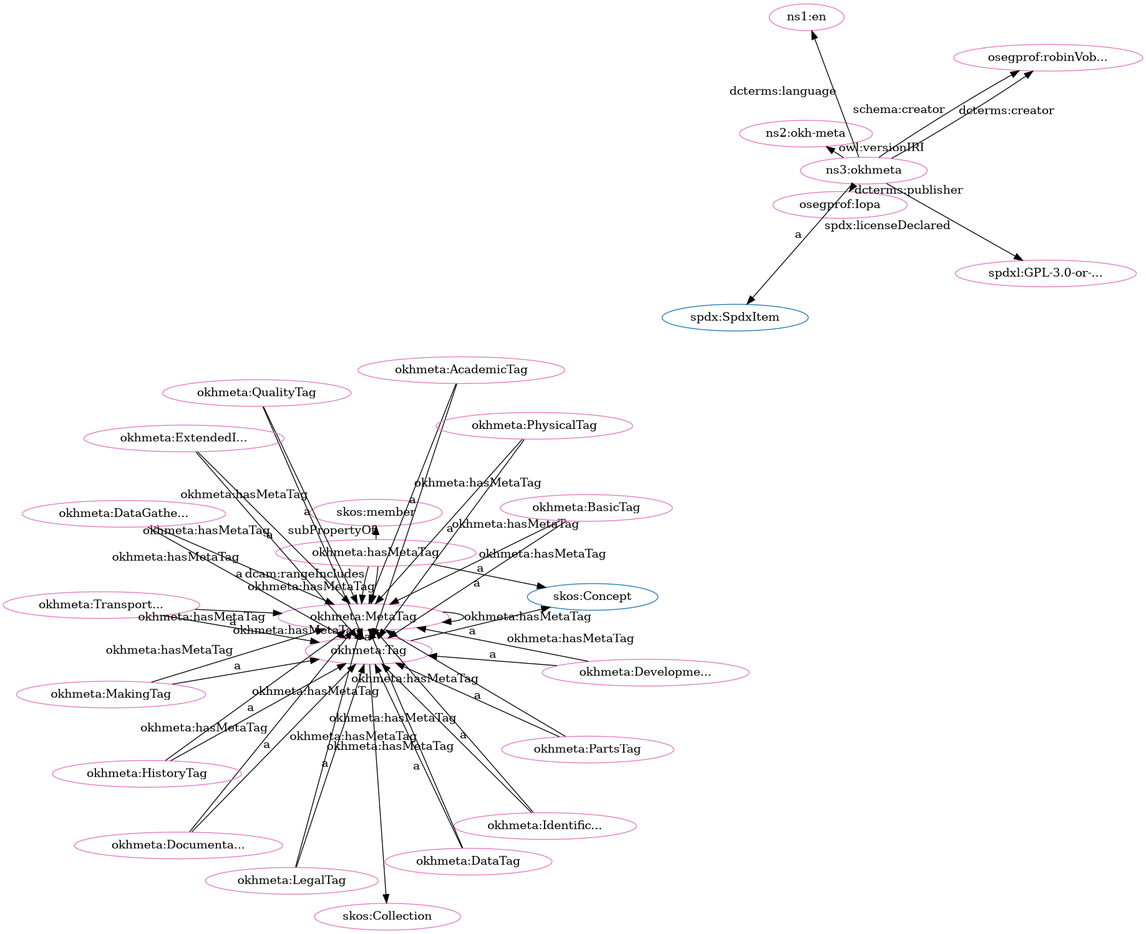
Before: src/spec/fdp_okh-meta-clean.png, a diagram exported from Graphviz (iop-alliance/OpenKnowHow). Its source is kept beside it as src/spec/fdp_okh-meta-clean.dot.
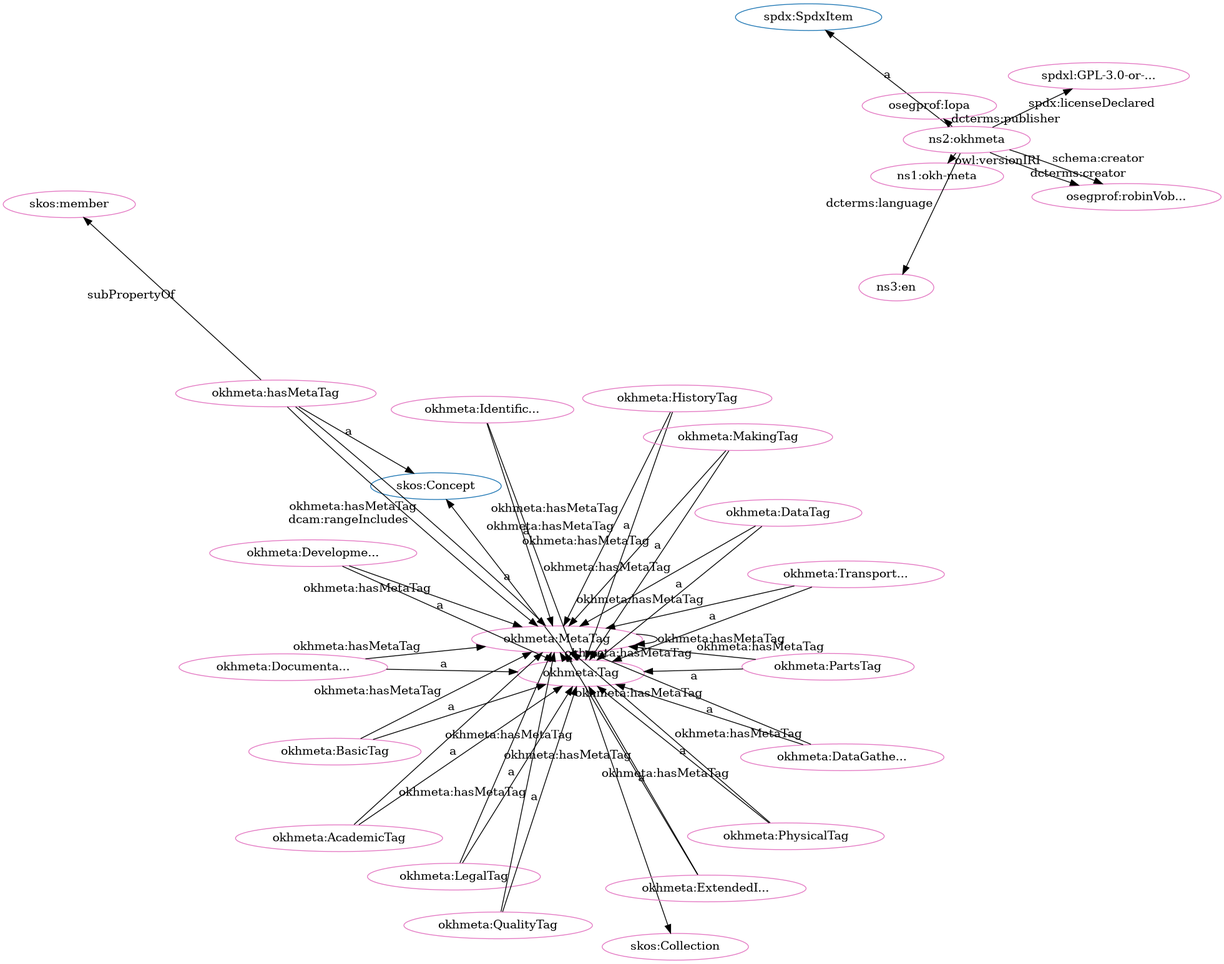
After the change.

The edit, as a diff of the source:
```diff
@@ -1,80 +1,80 @@
 digraph G {
   rankdir=BT
   node[height=.3]
+"http://spdx.org/rdf/terms#SpdxItem" [fillcolor="#1f77b4" color="#1f77b4" label="spdx:SpdxItem"]
+"http://www.w3.org/2004/02/skos/core#Collection" [fillcolor="#1f77b4" color="#1f77b4" label="skos:Collection"]
+"http://www.w3.org/2004/02/skos/core#Concept" [fillcolor="#1f77b4" color="#1f77b4" label="skos:Concept"]
 "http://w3id.org/oseg/ont/okhmeta#Tag" [fillcolor="#1f77b4" color="#1f77b4" label="okhmeta:Tag"]
-"http://www.w3.org/2004/02/skos/core#Concept" [fillcolor="#1f77b4" color="#1f77b4" label="skos:Concept"]
-"http://www.w3.org/2004/02/skos/core#Collection" [fillcolor="#1f77b4" color="#1f77b4" label="skos:Collection"]
-"http://spdx.org/rdf/terms#SpdxItem" [fillcolor="#1f77b4" color="#1f77b4" label="spdx:SpdxItem"]
 "http://w3id.org/oseg/ont/okhmeta#hasMetaTag" [fillcolor="#e377c2" color="#e377c2" label="okhmeta:hasMetaTag"]
+"http://spdx.org/licenses/GPL-3.0-or-later" [fillcolor="#e377c2" color="#e377c2" label="spdxl:GPL-3.0-or-..."]
 "http://w3id.org/oseg/ont/okhmeta#MetaTag" [fillcolor="#e377c2" color="#e377c2" label="okhmeta:MetaTag"]
-"http://spdx.org/licenses/GPL-3.0-or-later" [fillcolor="#e377c2" color="#e377c2" label="spdxl:GPL-3.0-or-..."]
+"http://w3id.org/oseg/ont/1.1.0/okh-meta" [fillcolor="#e377c2" color="#e377c2" label="ns1:okh-meta"]
+"http://w3id.org/oseg/ont/okhmeta#AcademicTag" [fillcolor="#e377c2" color="#e377c2" label="okhmeta:AcademicTag"]
+"http://w3id.org/oseg/ont/okhmeta" [fillcolor="#e377c2" color="#e377c2" label="ns2:okhmeta"]
+"http://w3id.org/oseg/ont/okhmeta#DevelopmentTag" [fillcolor="#e377c2" color="#e377c2" label="okhmeta:Developme..."]
+"http://w3id.org/oseg/ont/okhmeta#DataTag" [fillcolor="#e377c2" color="#e377c2" label="okhmeta:DataTag"]
+"http://w3id.org/oseg/ont/okhmeta#HistoryTag" [fillcolor="#e377c2" color="#e377c2" label="okhmeta:HistoryTag"]
+"http://w3id.org/oseg/ont/oseg-profiles#robinVobruba" [fillcolor="#e377c2" color="#e377c2" label="osegprof:robinVob..."]
+"http://w3id.org/oseg/ont/okhmeta#DocumentationTag" [fillcolor="#e377c2" color="#e377c2" label="okhmeta:Documenta..."]
+"http://w3id.org/oseg/ont/okhmeta#PhysicalTag" [fillcolor="#e377c2" color="#e377c2" label="okhmeta:PhysicalTag"]
+"http://w3id.org/oseg/ont/okhmeta#MakingTag" [fillcolor="#e377c2" color="#e377c2" label="okhmeta:MakingTag"]
+"http://w3id.org/oseg/ont/okhmeta#LegalTag" [fillcolor="#e377c2" color="#e377c2" label="okhmeta:LegalTag"]
+"http://www.w3.org/2004/02/skos/core#member" [fillcolor="#e377c2" color="#e377c2" label="skos:member"]
+"http://w3id.org/oseg/ont/okhmeta#TransportationTag" [fillcolor="#e377c2" color="#e377c2" label="okhmeta:Transport..."]
+"http://w3id.org/oseg/ont/okhmeta#Tag" [fillcolor="#e377c2" color="#e377c2" label="okhmeta:Tag"]
+"http://w3id.org/oseg/ont/okhmeta#ExtendedInfoTag" [fillcolor="#e377c2" color="#e377c2" label="okhmeta:ExtendedI..."]
+"http://w3id.org/oseg/ont/okhmeta#BasicTag" [fillcolor="#e377c2" color="#e377c2" label="okhmeta:BasicTag"]
 "http://w3id.org/oseg/ont/okhmeta#QualityTag" [fillcolor="#e377c2" color="#e377c2" label="okhmeta:QualityTag"]
-"http://w3id.org/oseg/ont/okhmeta#DocumentationTag" [fillcolor="#e377c2" color="#e377c2" label="okhmeta:Documenta..."]
-"http://w3id.org/oseg/ont/okhmeta#MakingTag" [fillcolor="#e377c2" color="#e377c2" label="okhmeta:MakingTag"]
-"http://w3id.org/oseg/ont/okhmeta#Tag" [fillcolor="#e377c2" color="#e377c2" label="okhmeta:Tag"]
-"http://w3id.org/oseg/ont/okhmeta#HistoryTag" [fillcolor="#e377c2" color="#e377c2" label="okhmeta:HistoryTag"]
 "http://w3id.org/oseg/ont/oseg-profiles#Iopa" [fillcolor="#e377c2" color="#e377c2" label="osegprof:Iopa"]
 "http://www.w3.org/2004/02/skos/core#Collection" [fillcolor="#e377c2" color="#e377c2" label="skos:Collection"]
-"http://w3id.org/oseg/ont/okhmeta#LegalTag" [fillcolor="#e377c2" color="#e377c2" label="okhmeta:LegalTag"]
-"http://w3id.org/oseg/ont/okhmeta#TransportationTag" [fillcolor="#e377c2" color="#e377c2" label="okhmeta:Transport..."]
-"http://www.w3.org/2004/02/skos/core#member" [fillcolor="#e377c2" color="#e377c2" label="skos:member"]
-"http://w3id.org/oseg/ont/okhmeta#AcademicTag" [fillcolor="#e377c2" color="#e377c2" label="okhmeta:AcademicTag"]
+"http://w3id.org/oseg/ont/okhmeta#IdentificationTag" [fillcolor="#e377c2" color="#e377c2" label="okhmeta:Identific..."]
+"http://id.loc.gov/vocabulary/iso639-1/en" [fillcolor="#e377c2" color="#e377c2" label="ns3:en"]
 "http://w3id.org/oseg/ont/okhmeta#PartsTag" [fillcolor="#e377c2" color="#e377c2" label="okhmeta:PartsTag"]
-"http://id.loc.gov/vocabulary/iso639-1/en" [fillcolor="#e377c2" color="#e377c2" label="ns1:en"]
-"http://w3id.org/oseg/ont/okhmeta#PhysicalTag" [fillcolor="#e377c2" color="#e377c2" label="okhmeta:PhysicalTag"]
-"http://w3id.org/oseg/ont/okhmeta#BasicTag" [fillcolor="#e377c2" color="#e377c2" label="okhmeta:BasicTag"]
-"http://w3id.org/oseg/ont/okhmeta#IdentificationTag" [fillcolor="#e377c2" color="#e377c2" label="okhmeta:Identific..."]
-"http://w3id.org/oseg/ont/oseg-profiles#robinVobruba" [fillcolor="#e377c2" color="#e377c2" label="osegprof:robinVob..."]
-"http://w3id.org/oseg/ont/okhmeta#ExtendedInfoTag" [fillcolor="#e377c2" color="#e377c2" label="okhmeta:ExtendedI..."]
-"http://w3id.org/oseg/ont/1.1.0/okh-meta" [fillcolor="#e377c2" color="#e377c2" label="ns2:okh-meta"]
 "http://w3id.org/oseg/ont/okhmeta#DataGatheringTag" [fillcolor="#e377c2" color="#e377c2" label="okhmeta:DataGathe..."]
-"http://w3id.org/oseg/ont/okhmeta#DevelopmentTag" [fillcolor="#e377c2" color="#e377c2" label="okhmeta:Developme..."]
-"http://w3id.org/oseg/ont/okhmeta" [fillcolor="#e377c2" color="#e377c2" label="ns3:okhmeta"]
-"http://w3id.org/oseg/ont/okhmeta#DataTag" [fillcolor="#e377c2" color="#e377c2" label="okhmeta:DataTag"]
-  "http://w3id.org/oseg/ont/okhmeta#TransportationTag" -> "http://w3id.org/oseg/ont/okhmeta#MetaTag" [label="okhmeta:hasMetaTag"]
-  "http://w3id.org/oseg/ont/okhmeta#PartsTag" -> "http://w3id.org/oseg/ont/okhmeta#MetaTag" [label="okhmeta:hasMetaTag"]
+  "http://w3id.org/oseg/ont/okhmeta#hasMetaTag" -> "http://www.w3.org/2004/02/skos/core#Concept" [label="a"]
+  "http://w3id.org/oseg/ont/okhmeta#MakingTag" -> "http://w3id.org/oseg/ont/okhmeta#MetaTag" [label="okhmeta:hasMetaTag"]
+  "http://w3id.org/oseg/ont/okhmeta" -> "http://w3id.org/oseg/ont/1.1.0/okh-meta" [label="owl:versionIRI"]
+  "http://w3id.org/oseg/ont/okhmeta#LegalTag" -> "http://w3id.org/oseg/ont/okhmeta#MetaTag" [label="okhmeta:hasMetaTag"]
+  "http://w3id.org/oseg/ont/okhmeta#DevelopmentTag" -> "http://w3id.org/oseg/ont/okhmeta#MetaTag" [label="okhmeta:hasMetaTag"]
+  "http://w3id.org/oseg/ont/okhmeta#IdentificationTag" -> "http://w3id.org/oseg/ont/okhmeta#MetaTag" [label="okhmeta:hasMetaTag"]
+  "http://w3id.org/oseg/ont/okhmeta#DataTag" -> "http://w3id.org/oseg/ont/okhmeta#Tag" [label="a"]
+  "http://w3id.org/oseg/ont/okhmeta#ExtendedInfoTag" -> "http://w3id.org/oseg/ont/okhmeta#MetaTag" [label="okhmeta:hasMetaTag"]
+  "http://w3id.org/oseg/ont/okhmeta#HistoryTag" -> "http://w3id.org/oseg/ont/okhmeta#Tag" [label="a"]
+  "http://w3id.org/oseg/ont/okhmeta" -> "http://w3id.org/oseg/ont/oseg-profiles#robinVobruba" [label="schema:creator"]
+  "http://w3id.org/oseg/ont/okhmeta#DocumentationTag" -> "http://w3id.org/oseg/ont/okhmeta#Tag" [label="a"]
+  "http://w3id.org/oseg/ont/okhmeta#PhysicalTag" -> "http://w3id.org/oseg/ont/okhmeta#Tag" [label="a"]
+  "http://w3id.org/oseg/ont/okhmeta#LegalTag" -> "http://w3id.org/oseg/ont/okhmeta#Tag" [label="a"]
+  "http://w3id.org/oseg/ont/okhmeta#hasMetaTag" -> "http://www.w3.org/2004/02/skos/core#member" [label="subPropertyOf"]
+  "http://w3id.org/oseg/ont/okhmeta#Tag" -> "http://www.w3.org/2004/02/skos/core#Concept" [label="a"]
+  "http://w3id.org/oseg/ont/okhmeta#ExtendedInfoTag" -> "http://w3id.org/oseg/ont/okhmeta#Tag" [label="a"]
+  "http://w3id.org/oseg/ont/okhmeta#BasicTag" -> "http://w3id.org/oseg/ont/okhmeta#Tag" [label="a"]
+  "http://w3id.org/oseg/ont/okhmeta#QualityTag" -> "http://w3id.org/oseg/ont/okhmeta#Tag" [label="a"]
+  "http://w3id.org/oseg/ont/okhmeta#MetaTag" -> "http://w3id.org/oseg/ont/okhmeta#MetaTag" [label="okhmeta:hasMetaTag"]
   "http://w3id.org/oseg/ont/okhmeta" -> "http://w3id.org/oseg/ont/oseg-profiles#Iopa" [label="dcterms:publisher"]
   "http://w3id.org/oseg/ont/okhmeta#Tag" -> "http://www.w3.org/2004/02/skos/core#Collection" [label=""]
+  "http://w3id.org/oseg/ont/okhmeta#DataTag" -> "http://w3id.org/oseg/ont/okhmeta#MetaTag" [label="okhmeta:hasMetaTag"]
+  "http://w3id.org/oseg/ont/okhmeta" -> "http://w3id.org/oseg/ont/oseg-profiles#robinVobruba" [label="dcterms:creator"]
+  "http://w3id.org/oseg/ont/okhmeta#DataGatheringTag" -> "http://w3id.org/oseg/ont/okhmeta#Tag" [label="a"]
+  "http://w3id.org/oseg/ont/okhmeta#DocumentationTag" -> "http://w3id.org/oseg/ont/okhmeta#MetaTag" [label="okhmeta:hasMetaTag"]
+  "http://w3id.org/oseg/ont/okhmeta" -> "http://spdx.org/licenses/GPL-3.0-or-later" [label="spdx:licenseDeclared"]
+  "http://w3id.org/oseg/ont/okhmeta#hasMetaTag" -> "http://w3id.org/oseg/ont/okhmeta#MetaTag" [label="okhmeta:hasMetaTag"]
+  "http://w3id.org/oseg/ont/okhmeta#AcademicTag" -> "http://w3id.org/oseg/ont/okhmeta#Tag" [label="a"]
+  "http://w3id.org/oseg/ont/okhmeta#hasMetaTag" -> "http://w3id.org/oseg/ont/okhmeta#MetaTag" [label="dcam:rangeIncludes"]
+  "http://w3id.org/oseg/ont/okhmeta#TransportationTag" -> "http://w3id.org/oseg/ont/okhmeta#MetaTag" [label="okhmeta:hasMetaTag"]
+  "http://w3id.org/oseg/ont/okhmeta#MetaTag" -> "http://w3id.org/oseg/ont/okhmeta#Tag" [label="a"]
+  "http://w3id.org/oseg/ont/okhmeta#DevelopmentTag" -> "http://w3id.org/oseg/ont/okhmeta#Tag" [label="a"]
+  "http://w3id.org/oseg/ont/okhmeta#HistoryTag" -> "http://w3id.org/oseg/ont/okhmeta#MetaTag" [label="okhmeta:hasMetaTag"]
+  "http://w3id.org/oseg/ont/okhmeta#PartsTag" -> "http://w3id.org/oseg/ont/okhmeta#MetaTag" [label="okhmeta:hasMetaTag"]
+  "http://w3id.org/oseg/ont/okhmeta#PhysicalTag" -> "http://w3id.org/oseg/ont/okhmeta#MetaTag" [label="okhmeta:hasMetaTag"]
+  "http://w3id.org/oseg/ont/okhmeta#DataGatheringTag" -> "http://w3id.org/oseg/ont/okhmeta#MetaTag" [label="okhmeta:hasMetaTag"]
+  "http://w3id.org/oseg/ont/okhmeta#MakingTag" -> "http://w3id.org/oseg/ont/okhmeta#Tag" [label="a"]
+  "http://w3id.org/oseg/ont/okhmeta" -> "http://spdx.org/rdf/terms#SpdxItem" [label="a"]
   "http://w3id.org/oseg/ont/okhmeta#TransportationTag" -> "http://w3id.org/oseg/ont/okhmeta#Tag" [label="a"]
-  "http://w3id.org/oseg/ont/okhmeta#hasMetaTag" -> "http://www.w3.org/2004/02/skos/core#member" [label="subPropertyOf"]
+  "http://w3id.org/oseg/ont/okhmeta#AcademicTag" -> "http://w3id.org/oseg/ont/okhmeta#MetaTag" [label="okhmeta:hasMetaTag"]
+  "http://w3id.org/oseg/ont/okhmeta#Tag" -> "http://w3id.org/oseg/ont/okhmeta#MetaTag" [label="okhmeta:hasMetaTag"]
+  "http://w3id.org/oseg/ont/okhmeta#IdentificationTag" -> "http://w3id.org/oseg/ont/okhmeta#Tag" [label="a"]
+  "http://w3id.org/oseg/ont/okhmeta" -> "http://id.loc.gov/vocabulary/iso639-1/en" [label="dcterms:language"]
+  "http://w3id.org/oseg/ont/okhmeta#BasicTag" -> "http://w3id.org/oseg/ont/okhmeta#MetaTag" [label="okhmeta:hasMetaTag"]
+  "http://w3id.org/oseg/ont/okhmeta#QualityTag" -> "http://w3id.org/oseg/ont/okhmeta#MetaTag" [label="okhmeta:hasMetaTag"]
   "http://w3id.org/oseg/ont/okhmeta#PartsTag" -> "http://w3id.org/oseg/ont/okhmeta#Tag" [label="a"]
-  "http://w3id.org/oseg/ont/okhmeta" -> "http://id.loc.gov/vocabulary/iso639-1/en" [label="dcterms:language"]
-  "http://w3id.org/oseg/ont/okhmeta#BasicTag" -> "http://w3id.org/oseg/ont/okhmeta#Tag" [label="a"]
-  "http://w3id.org/oseg/ont/okhmeta#MetaTag" -> "http://w3id.org/oseg/ont/okhmeta#MetaTag" [label="okhmeta:hasMetaTag"]
-  "http://w3id.org/oseg/ont/okhmeta" -> "http://w3id.org/oseg/ont/oseg-profiles#robinVobruba" [label="schema:creator"]
-  "http://w3id.org/oseg/ont/okhmeta#ExtendedInfoTag" -> "http://w3id.org/oseg/ont/okhmeta#Tag" [label="a"]
-  "http://w3id.org/oseg/ont/okhmeta#DataGatheringTag" -> "http://w3id.org/oseg/ont/okhmeta#Tag" [label="a"]
-  "http://w3id.org/oseg/ont/okhmeta#MakingTag" -> "http://w3id.org/oseg/ont/okhmeta#MetaTag" [label="okhmeta:hasMetaTag"]
-  "http://w3id.org/oseg/ont/okhmeta" -> "http://spdx.org/rdf/terms#SpdxItem" [label="a"]
-  "http://w3id.org/oseg/ont/okhmeta" -> "http://w3id.org/oseg/ont/oseg-profiles#robinVobruba" [label="dcterms:creator"]
-  "http://w3id.org/oseg/ont/okhmeta#ExtendedInfoTag" -> "http://w3id.org/oseg/ont/okhmeta#MetaTag" [label="okhmeta:hasMetaTag"]
-  "http://w3id.org/oseg/ont/okhmeta#HistoryTag" -> "http://w3id.org/oseg/ont/okhmeta#MetaTag" [label="okhmeta:hasMetaTag"]
-  "http://w3id.org/oseg/ont/okhmeta" -> "http://spdx.org/licenses/GPL-3.0-or-later" [label="spdx:licenseDeclared"]
-  "http://w3id.org/oseg/ont/okhmeta#LegalTag" -> "http://w3id.org/oseg/ont/okhmeta#MetaTag" [label="okhmeta:hasMetaTag"]
-  "http://w3id.org/oseg/ont/okhmeta#QualityTag" -> "http://w3id.org/oseg/ont/okhmeta#Tag" [label="a"]
-  "http://w3id.org/oseg/ont/okhmeta#Tag" -> "http://w3id.org/oseg/ont/okhmeta#MetaTag" [label="okhmeta:hasMetaTag"]
-  "http://w3id.org/oseg/ont/okhmeta#MetaTag" -> "http://w3id.org/oseg/ont/okhmeta#Tag" [label="a"]
-  "http://w3id.org/oseg/ont/okhmeta#hasMetaTag" -> "http://w3id.org/oseg/ont/okhmeta#MetaTag" [label="okhmeta:hasMetaTag"]
-  "http://w3id.org/oseg/ont/okhmeta#DocumentationTag" -> "http://w3id.org/oseg/ont/okhmeta#Tag" [label="a"]
-  "http://w3id.org/oseg/ont/okhmeta#MakingTag" -> "http://w3id.org/oseg/ont/okhmeta#Tag" [label="a"]
-  "http://w3id.org/oseg/ont/okhmeta#AcademicTag" -> "http://w3id.org/oseg/ont/okhmeta#MetaTag" [label="okhmeta:hasMetaTag"]
-  "http://w3id.org/oseg/ont/okhmeta#Tag" -> "http://www.w3.org/2004/02/skos/core#Concept" [label="a"]
-  "http://w3id.org/oseg/ont/okhmeta#DocumentationTag" -> "http://w3id.org/oseg/ont/okhmeta#MetaTag" [label="okhmeta:hasMetaTag"]
-  "http://w3id.org/oseg/ont/okhmeta#PhysicalTag" -> "http://w3id.org/oseg/ont/okhmeta#MetaTag" [label="okhmeta:hasMetaTag"]
-  "http://w3id.org/oseg/ont/okhmeta#hasMetaTag" -> "http://w3id.org/oseg/ont/okhmeta#MetaTag" [label="dcam:rangeIncludes"]
-  "http://w3id.org/oseg/ont/okhmeta#IdentificationTag" -> "http://w3id.org/oseg/ont/okhmeta#MetaTag" [label="okhmeta:hasMetaTag"]
-  "http://w3id.org/oseg/ont/okhmeta#HistoryTag" -> "http://w3id.org/oseg/ont/okhmeta#Tag" [label="a"]
-  "http://w3id.org/oseg/ont/okhmeta#LegalTag" -> "http://w3id.org/oseg/ont/okhmeta#Tag" [label="a"]
-  "http://w3id.org/oseg/ont/okhmeta#AcademicTag" -> "http://w3id.org/oseg/ont/okhmeta#Tag" [label="a"]
-  "http://w3id.org/oseg/ont/okhmeta#DevelopmentTag" -> "http://w3id.org/oseg/ont/okhmeta#MetaTag" [label="okhmeta:hasMetaTag"]
-  "http://w3id.org/oseg/ont/okhmeta#DataTag" -> "http://w3id.org/oseg/ont/okhmeta#MetaTag" [label="okhmeta:hasMetaTag"]
-  "http://w3id.org/oseg/ont/okhmeta#PhysicalTag" -> "http://w3id.org/oseg/ont/okhmeta#Tag" [label="a"]
-  "http://w3id.org/oseg/ont/okhmeta#IdentificationTag" -> "http://w3id.org/oseg/ont/okhmeta#Tag" [label="a"]
-  "http://w3id.org/oseg/ont/okhmeta#QualityTag" -> "http://w3id.org/oseg/ont/okhmeta#MetaTag" [label="okhmeta:hasMetaTag"]
-  "http://w3id.org/oseg/ont/okhmeta#hasMetaTag" -> "http://www.w3.org/2004/02/skos/core#Concept" [label="a"]
-  "http://w3id.org/oseg/ont/okhmeta" -> "http://w3id.org/oseg/ont/1.1.0/okh-meta" [label="owl:versionIRI"]
-  "http://w3id.org/oseg/ont/okhmeta#BasicTag" -> "http://w3id.org/oseg/ont/okhmeta#MetaTag" [label="okhmeta:hasMetaTag"]
-  "http://w3id.org/oseg/ont/okhmeta#DevelopmentTag" -> "http://w3id.org/oseg/ont/okhmeta#Tag" [label="a"]
-  "http://w3id.org/oseg/ont/okhmeta#DataTag" -> "http://w3id.org/oseg/ont/okhmeta#Tag" [label="a"]
-  "http://w3id.org/oseg/ont/okhmeta#DataGatheringTag" -> "http://w3id.org/oseg/ont/okhmeta#MetaTag" [label="okhmeta:hasMetaTag"]
 }
```
